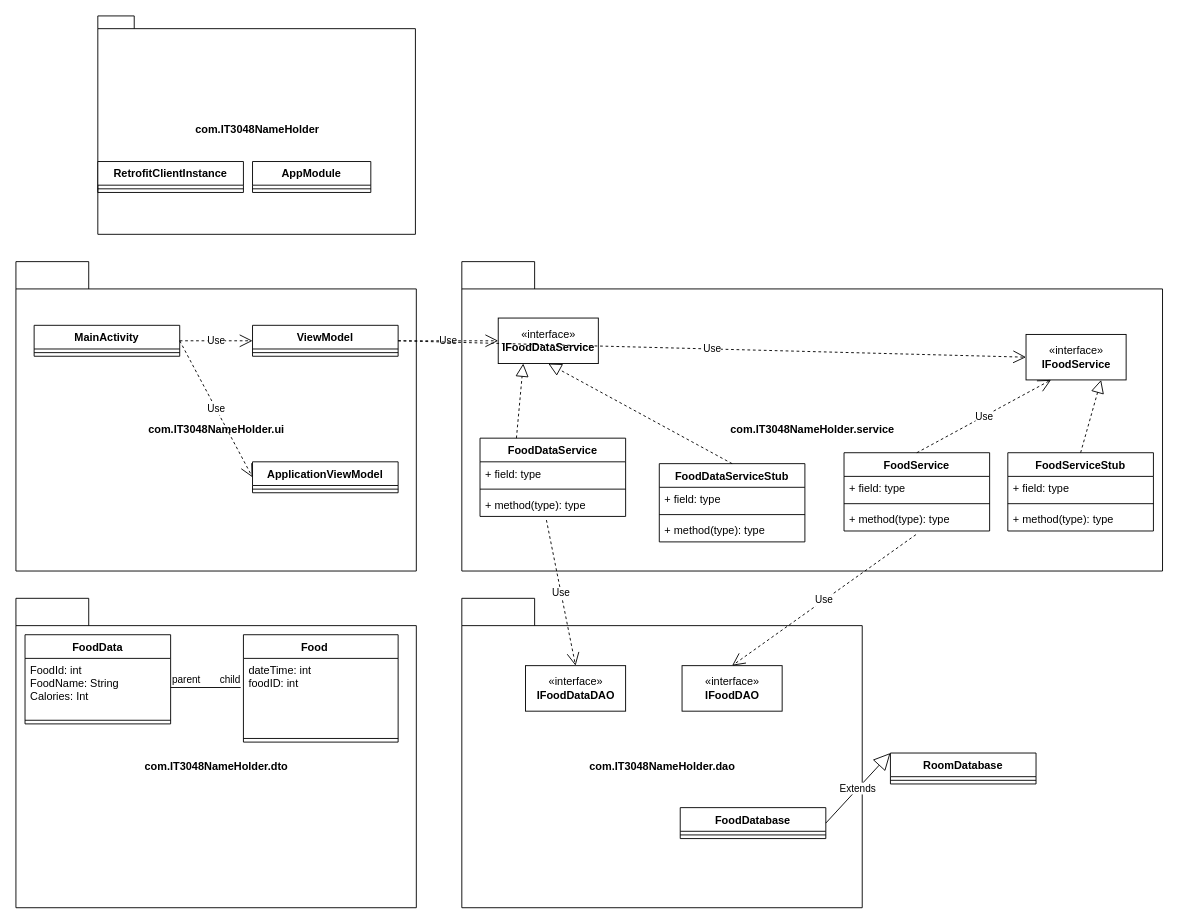
Above: IT3048C.drawio in comstogm/ProjectIT3048C (draw.io), before the change. Source tidied: cells renumbered, new cells numbered last; positions are measured from the earlier drawing's top-left corner, leaving out a move shared by most shapes. Both pictures are drawn from the tidied source at 91%, with x=0, y=0 at pixel (15, 15).
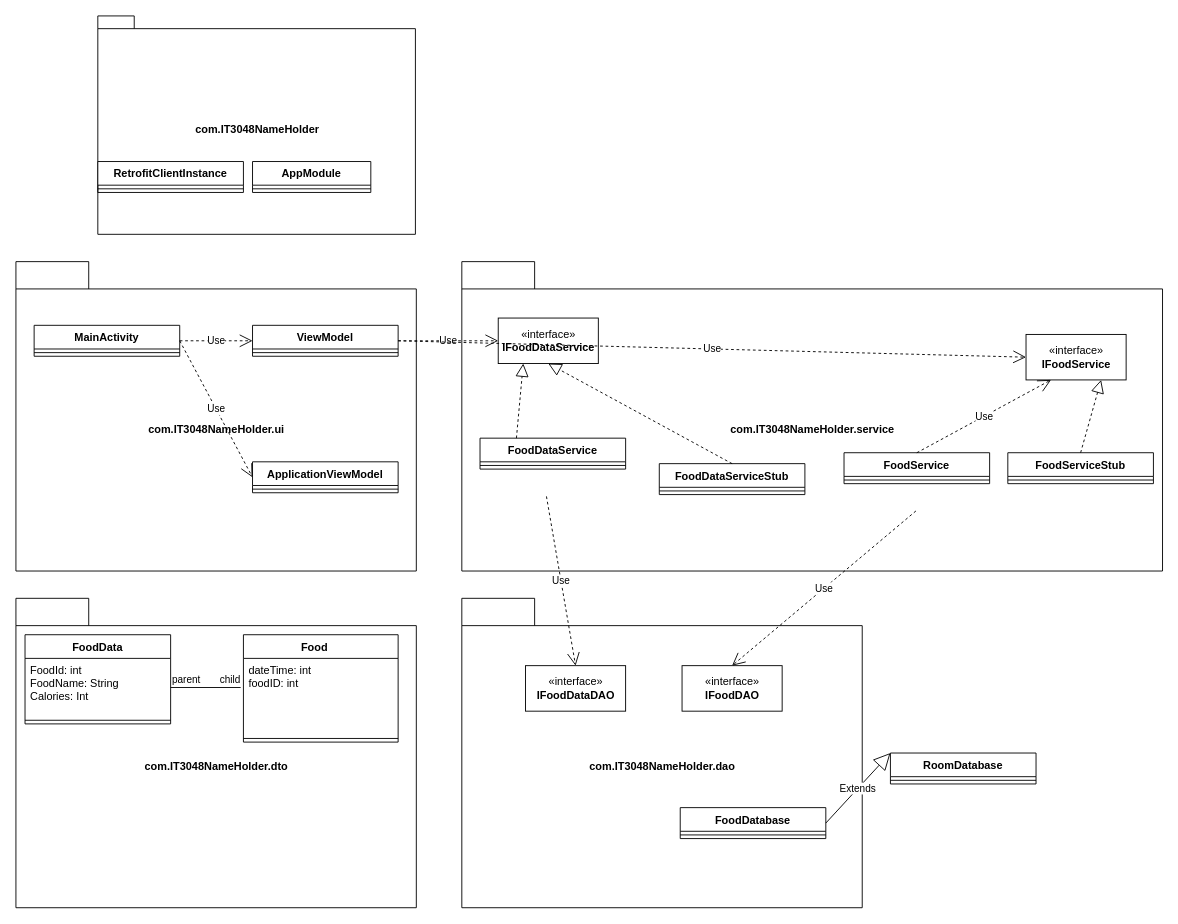
The same page after the edit.

Unchanged cells that the change refers to:
```xml
<mxCell id="50" value="«interface»&lt;br&gt;&lt;b&gt;IFoodDataDAO&lt;/b&gt;" style="html=1;" parent="1" vertex="1">
  <mxGeometry x="560" y="714" width="110" height="50" as="geometry" />
</mxCell>
<mxCell id="54" value="«interface»&lt;br&gt;&lt;b&gt;IFoodDAO&lt;/b&gt;" style="html=1;" parent="1" vertex="1">
  <mxGeometry x="732" y="714" width="110" height="50" as="geometry" />
</mxCell>
```

The edit, as a diff of the source:
```diff
@@
     <mxCell id="26" value="FoodDataService" style="swimlane;fontStyle=1;align=center;verticalAlign=top;horizontal=1;startSize=26;" parent="1" vertex="1">
-      <mxGeometry x="510" y="464" width="160" height="86" as="geometry" />
+      <mxGeometry x="510" y="464" width="160" height="34" as="geometry" />
     </mxCell>
-    <mxCell id="27" value="+ field: type" style="text;strokeColor=none;fillColor=none;align=left;verticalAlign=top;spacingLeft=4;spacingRight=4;overflow=hidden;" parent="26" vertex="1">
-      <mxGeometry y="26" width="160" height="26" as="geometry" />
-    </mxCell>
     <mxCell id="28" style="line;strokeWidth=1;fillColor=none;align=left;verticalAlign=middle;spacingTop=-1;spacingLeft=3;spacingRight=3;labelPosition=right;strokeColor=inherit;" parent="26" vertex="1">
-      <mxGeometry y="52" width="160" height="8" as="geometry" />
+      <mxGeometry y="26" width="160" height="8" as="geometry" />
     </mxCell>
-    <mxCell id="29" value="+ method(type): type" style="text;strokeColor=none;fillColor=none;align=left;verticalAlign=top;spacingLeft=4;spacingRight=4;overflow=hidden;points=[[0,0.5],[1,0.5]];portConstraint=eastwest;" parent="26" vertex="1">
-      <mxGeometry y="60" width="160" height="26" as="geometry" />
-    </mxCell>
     <mxCell id="30" value="FoodService" style="swimlane;fontStyle=1;align=center;verticalAlign=top;horizontal=1;startSize=26;" parent="1" vertex="1">
-      <mxGeometry x="910" y="480" width="160" height="86" as="geometry" />
+      <mxGeometry x="910" y="480" width="160" height="34" as="geometry" />
     </mxCell>
-    <mxCell id="31" value="+ field: type" style="text;strokeColor=none;fillColor=none;align=left;verticalAlign=top;spacingLeft=4;spacingRight=4;overflow=hidden;" parent="30" vertex="1">
-      <mxGeometry y="26" width="160" height="26" as="geometry" />
-    </mxCell>
     <mxCell id="32" style="line;strokeWidth=1;fillColor=none;align=left;verticalAlign=middle;spacingTop=-1;spacingLeft=3;spacingRight=3;labelPosition=right;strokeColor=inherit;" parent="30" vertex="1">
-      <mxGeometry y="52" width="160" height="8" as="geometry" />
+      <mxGeometry y="26" width="160" height="8" as="geometry" />
     </mxCell>
-    <mxCell id="33" value="+ method(type): type" style="text;strokeColor=none;fillColor=none;align=left;verticalAlign=top;spacingLeft=4;spacingRight=4;overflow=hidden;points=[[0,0.5],[1,0.5]];portConstraint=eastwest;" parent="30" vertex="1">
-      <mxGeometry y="60" width="160" height="26" as="geometry" />
-    </mxCell>
@@
     <mxCell id="37" value="FoodDataServiceStub" style="swimlane;fontStyle=1;align=center;verticalAlign=top;horizontal=1;startSize=26;" parent="1" vertex="1">
-      <mxGeometry x="707" y="492" width="160" height="86" as="geometry" />
+      <mxGeometry x="707" y="492" width="160" height="34" as="geometry" />
     </mxCell>
-    <mxCell id="38" value="+ field: type" style="text;strokeColor=none;fillColor=none;align=left;verticalAlign=top;spacingLeft=4;spacingRight=4;overflow=hidden;" parent="37" vertex="1">
-      <mxGeometry y="26" width="160" height="26" as="geometry" />
-    </mxCell>
     <mxCell id="39" style="line;strokeWidth=1;fillColor=none;align=left;verticalAlign=middle;spacingTop=-1;spacingLeft=3;spacingRight=3;labelPosition=right;strokeColor=inherit;" parent="37" vertex="1">
-      <mxGeometry y="52" width="160" height="8" as="geometry" />
+      <mxGeometry y="26" width="160" height="8" as="geometry" />
     </mxCell>
-    <mxCell id="40" value="+ method(type): type" style="text;strokeColor=none;fillColor=none;align=left;verticalAlign=top;spacingLeft=4;spacingRight=4;overflow=hidden;" parent="37" vertex="1">
-      <mxGeometry y="60" width="160" height="26" as="geometry" />
-    </mxCell>
@@
     <mxCell id="42" value="FoodServiceStub" style="swimlane;fontStyle=1;align=center;verticalAlign=top;horizontal=1;startSize=26;" parent="1" vertex="1">
-      <mxGeometry x="1090" y="480" width="160" height="86" as="geometry" />
+      <mxGeometry x="1090" y="480" width="160" height="34" as="geometry" />
     </mxCell>
-    <mxCell id="43" value="+ field: type" style="text;strokeColor=none;fillColor=none;align=left;verticalAlign=top;spacingLeft=4;spacingRight=4;overflow=hidden;" parent="42" vertex="1">
-      <mxGeometry y="26" width="160" height="26" as="geometry" />
-    </mxCell>
     <mxCell id="44" style="line;strokeWidth=1;fillColor=none;align=left;verticalAlign=middle;spacingTop=-1;spacingLeft=3;spacingRight=3;labelPosition=right;strokeColor=inherit;" parent="42" vertex="1">
-      <mxGeometry y="52" width="160" height="8" as="geometry" />
+      <mxGeometry y="26" width="160" height="8" as="geometry" />
     </mxCell>
-    <mxCell id="45" value="+ method(type): type" style="text;strokeColor=none;fillColor=none;align=left;verticalAlign=top;spacingLeft=4;spacingRight=4;overflow=hidden;" parent="42" vertex="1">
-      <mxGeometry y="60" width="160" height="26" as="geometry" />
-    </mxCell>
@@
-    <mxCell id="51" value="Use" style="endArrow=open;endSize=12;dashed=1;html=1;rounded=0;exitX=0.456;exitY=1.154;exitDx=0;exitDy=0;exitPerimeter=0;entryX=0.5;entryY=0;entryDx=0;entryDy=0;" parent="1" edge="1" source="29" target="50">
-      <mxGeometry relative="1" as="geometry" />
+    <mxCell id="51" value="Use" style="endArrow=open;endSize=12;dashed=1;html=1;rounded=0;exitX=0.456;exitY=1.154;exitDx=0;exitDy=0;exitPerimeter=0;entryX=0.5;entryY=0;entryDx=0;entryDy=0;" parent="1" edge="1" target="50">
+      <mxGeometry relative="1" as="geometry">
+        <mxPoint x="583" y="528" as="sourcePoint" />
+      </mxGeometry>
     </mxCell>
@@
-    <mxCell id="55" value="Use" style="endArrow=open;endSize=12;dashed=1;html=1;rounded=0;entryX=0.5;entryY=0;entryDx=0;entryDy=0;exitX=0.494;exitY=1.154;exitDx=0;exitDy=0;exitPerimeter=0;" parent="1" edge="1" source="33" target="54">
-      <mxGeometry relative="1" as="geometry" />
+    <mxCell id="55" value="Use" style="endArrow=open;endSize=12;dashed=1;html=1;rounded=0;entryX=0.5;entryY=0;entryDx=0;entryDy=0;exitX=0.494;exitY=1.154;exitDx=0;exitDy=0;exitPerimeter=0;" parent="1" edge="1" target="54">
+      <mxGeometry relative="1" as="geometry">
+        <mxPoint x="989" y="544" as="sourcePoint" />
+      </mxGeometry>
     </mxCell>
```
